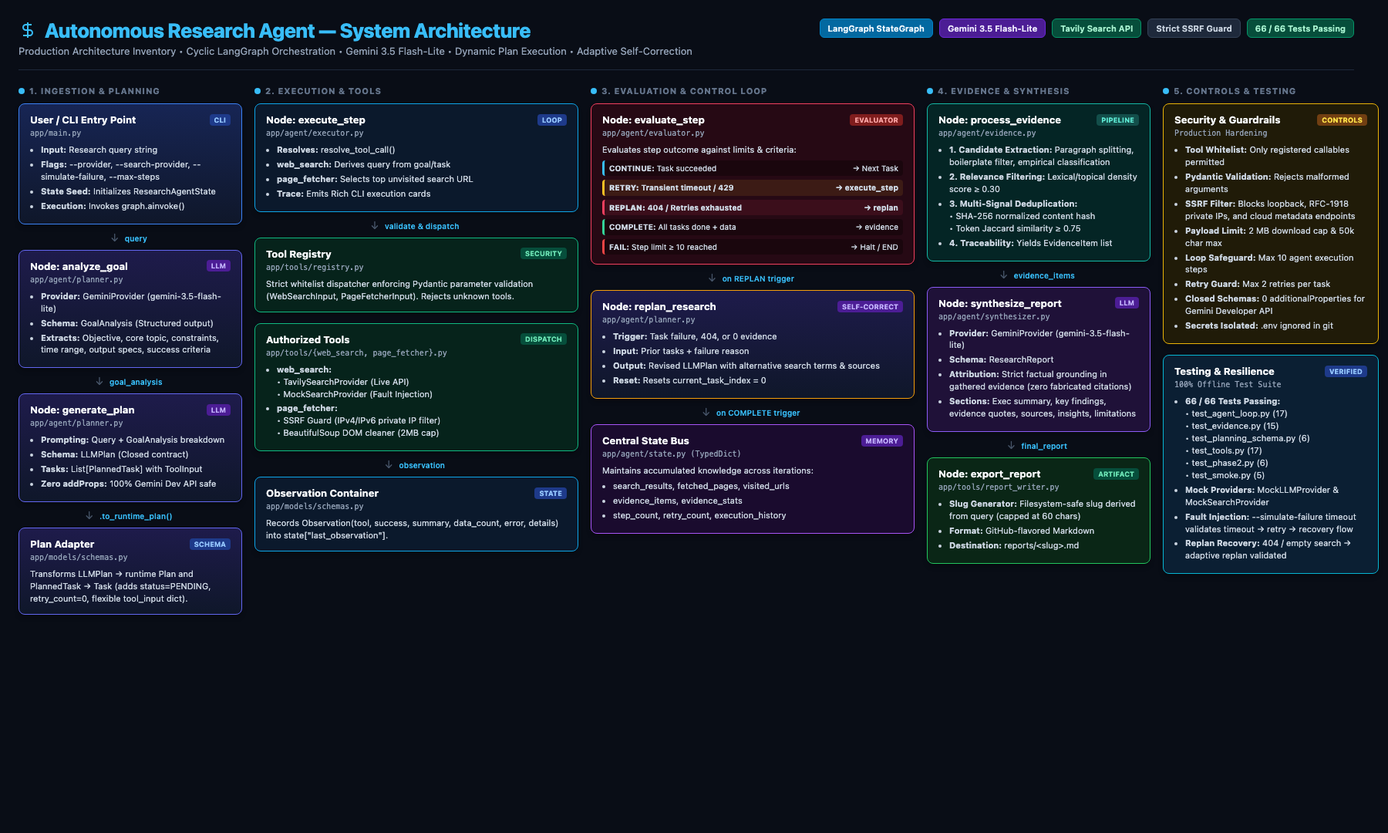
Above: Autonomous_Research_Agent_Architecture.png in harshrew-bit/Autonomous_Research_Agent (Mermaid), before the change. Its source is kept beside it as Autonomous_Research_Agent_Architecture.mmd. Source of this version:
```mermaid

flowchart TB
    classDef inputStyle fill:#1e293b,stroke:#475569,stroke-width:2px,color:#f8fafc;
    classDef llmStyle fill:#0f172a,stroke:#3b82f6,stroke-width:2px,color:#93c5fd;
    classDef loopStyle fill:#1e1b4b,stroke:#6366f1,stroke-width:2px,color:#c7d2fe;
    classDef toolStyle fill:#064e3b,stroke:#10b981,stroke-width:2px,color:#a7f3d0;
    classDef evalStyle fill:#450a0a,stroke:#ef4444,stroke-width:2px,color:#fca5a5;
    classDef pipeStyle fill:#022c22,stroke:#14b8a6,stroke-width:2px,color:#99f6e4;
    classDef stateStyle fill:#312e81,stroke:#8b5cf6,stroke-width:2px,color:#ddd6fe;
    classDef panelStyle fill:#18181b,stroke:#71717a,stroke-width:1.5px,color:#e4e4e7;
    classDef outputStyle fill:#14532d,stroke:#22c55e,stroke-width:2px,color:#86efac;

    subgraph S_USER ["1. USER & CLI ENTRY POINT"]
        CLI["app/main.py\nUser Research Query\nCLI Flags: --provider, --search-provider,\n--simulate-failure, --max-steps"]:::inputStyle
    end

    subgraph S_PLAN ["2. GOAL ANALYSIS & DYNAMIC PLANNING"]
        AG["Node: analyze_goal\n(app/agent/planner.py)\nGemini 3.5 Flash-Lite\nGoalAnalysis Schema"]:::llmStyle
        GP["Node: generate_plan\n(app/agent/planner.py)\nGemini 3.5 Flash-Lite"]:::llmStyle
        LP["Closed Planning Contract\nLLMPlan & PlannedTask\n(0 additionalProperties)"]:::llmStyle
        CVT["Runtime Conversion\n.to_runtime_plan()\nPlan & Task Models"]:::llmStyle
    end

    subgraph S_LOOP ["3. LANGGRAPH ORCHESTRATION & EXECUTION LOOP"]
        EX["Node: execute_step\n(app/agent/executor.py)\nDynamic Argument Resolution"]:::loopStyle
        OBS["Structured Observation\n(Observation Schema)"]:::loopStyle
        EV["Node: evaluate_step\n(app/agent/evaluator.py)\nOutcome Assessment & Decision Matrix"]:::evalStyle
        RP["Node: replan_research\n(app/agent/planner.py)\nAdaptive Keyword & Source Revision"]:::llmStyle
    end

    subgraph S_TOOLS ["4. SAFE TOOL EXECUTION LAYER"]
        TR["ToolRegistry (app/tools/registry.py)\nPydantic Whitelist Validation"]:::toolStyle
        WS["web_search (app/tools/web_search.py)\n- TavilySearchProvider (Live HTTP POST)\n- MockSearchProvider (Deterministic / Fault Sim)"]:::toolStyle
        PF["page_fetcher (app/tools/page_fetcher.py)\n- SSRF Protection Guard\n- BeautifulSoup DOM Parser\n- 2MB / 50k Chars Cap"]:::toolStyle
    end

    STATE[("Central ResearchAgentState (app/agent/state.py)\nTypedDict + Annotated Reducers (operator.add)\nquery, plan, tasks, search_results, fetched_pages,\nevidence_items, observations, step_count, status")]:::stateStyle

    subgraph S_EVIDENCE ["5. EVIDENCE PROCESSING PIPELINE"]
        EP["Node: process_evidence\n(app/agent/evidence.py)"]:::pipeStyle
        CE["Candidate Extraction\nParagraph Splitting, Boilerplate Filter,\nEmpirical Classification"]:::pipeStyle
        RF["Relevance Filtering\nKeyword Density Score >= 0.30"]:::pipeStyle
        DD["Multi-Signal Deduplication\n(app/utils/deduplication.py)\nSHA-256 Hash + Jaccard Sim >= 0.75"]:::pipeStyle
    end

    subgraph S_SYNTH ["6. REPORT SYNTHESIS & EXPORT"]
        SR["Node: synthesize_report\n(app/agent/synthesizer.py)\nGemini 3.5 Flash-Lite\nResearchReport Schema\nStrict Source Attribution"]:::llmStyle
        ER["Node: export_report\n(app/tools/report_writer.py)\nSafe Query Slug Generation\nMarkdown Renderer"]:::outputStyle
        OUT["Final Report Artifact\nreports/<query_slug>.md"]:::outputStyle
    end

    subgraph S_SECURITY ["SECURITY & ROBUSTNESS CONTROLS"]
        SEC1["- Tool Whitelist & Pydantic Validation\n- SSRF Protection (DNS & Private IP Filter)\n- 2 MB Payload & 50k Char Caps\n- 10-Step Execution Loop Guard\n- 2 Max Retries Per Task\n- Closed Gemini Schemas (0 addProps)\n- API Keys Isolated (.env ignored in git)"]:::panelStyle
    end

    subgraph S_TESTING ["OFFLINE TEST & VALIDATION SUITE"]
        TST1["- 66/66 Passing Automated Tests\n- MockLLMProvider (Deterministic Schemas)\n- MockSearchProvider (Fault Injection)\n- Deliberate Timeout -> Retry -> Recovery\n- Non-transient 404 -> Replan Validation"]:::panelStyle
    end

    CLI -->|"initial_state"| AG
    AG -->|"GoalAnalysis"| GP
    GP -->|"LLMPlan"| LP
    LP --> CVT
    CVT -->|"Plan (runtime)"| EX

    EX -->|"tool_name, arguments"| TR
    TR -->|"WebSearchInput"| WS
    TR -->|"PageFetcherInput"| PF
    WS -->|"SearchResponse"| OBS
    PF -->|"FetchedPage"| OBS
    OBS -->|"last_observation"| EV

    AG -.-> STATE
    CVT -.-> STATE
    EX -.-> STATE
    OBS -.-> STATE
    EV -.-> STATE
    EP -.-> STATE
    SR -.-> STATE

    EV -->|"Decision: CONTINUE\n(Task Succeeded -> Next Task)"| EX
    EV ==>|"Decision: RETRY\n(Transient Timeout/429, retry < 2)"| EX
    EV ==>|"Decision: REPLAN\n(Failure/Retries Exhausted)"| RP
    RP -->|"revised_plan"| EX
    EV -->|"Decision: COMPLETE\n(Tasks Done & Evidence Gathered)"| EP
    EV -->|"Decision: FAIL\n(step_count >= 10 with data)"| EP
    EV -->|"Decision: FAIL (no data)"| END_NODE(["END"]):::inputStyle

    EP --> CE --> RF --> DD
    DD -->|"evidence_items"| SR
    DD -.->|"0 evidence & budget remains"| RP
    SR -->|"ResearchReport"| ER
    ER -->|"Write to disk"| OUT
    OUT --> END_NODE
```
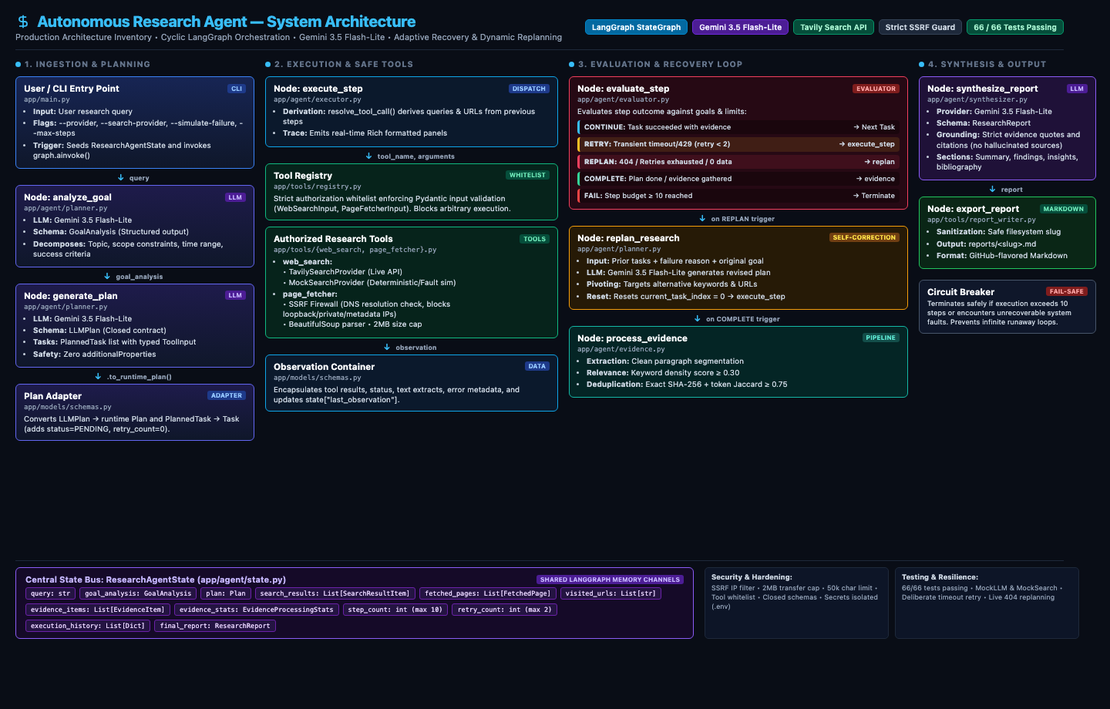
Later version of the same file.

Commit message:
docs: fix architecture diagram layout

The edit, as a diff of the source:
```diff
@@ -1,94 +1,69 @@
 
-flowchart TB
-    classDef inputStyle fill:#1e293b,stroke:#475569,stroke-width:2px,color:#f8fafc;
-    classDef llmStyle fill:#0f172a,stroke:#3b82f6,stroke-width:2px,color:#93c5fd;
-    classDef loopStyle fill:#1e1b4b,stroke:#6366f1,stroke-width:2px,color:#c7d2fe;
-    classDef toolStyle fill:#064e3b,stroke:#10b981,stroke-width:2px,color:#a7f3d0;
-    classDef evalStyle fill:#450a0a,stroke:#ef4444,stroke-width:2px,color:#fca5a5;
-    classDef pipeStyle fill:#022c22,stroke:#14b8a6,stroke-width:2px,color:#99f6e4;
-    classDef stateStyle fill:#312e81,stroke:#8b5cf6,stroke-width:2px,color:#ddd6fe;
-    classDef panelStyle fill:#18181b,stroke:#71717a,stroke-width:1.5px,color:#e4e4e7;
-    classDef outputStyle fill:#14532d,stroke:#22c55e,stroke-width:2px,color:#86efac;
+flowchart LR
+    classDef inputStyle fill:#1e293b,stroke:#3b82f6,stroke-width:2px,color:#f8fafc;
+    classDef llmStyle fill:#1e1b4b,stroke:#8b5cf6,stroke-width:2px,color:#e0e7ff;
+    classDef loopStyle fill:#0f172a,stroke:#38bdf8,stroke-width:2px,color:#e0f2fe;
+    classDef toolStyle fill:#064e3b,stroke:#10b981,stroke-width:2px,color:#d1fae5;
+    classDef evalStyle fill:#4c0519,stroke:#f43f5e,stroke-width:2px,color:#ffe4e6;
+    classDef replanStyle fill:#78350f,stroke:#f59e0b,stroke-width:2px,color:#fef3c7;
+    classDef pipeStyle fill:#042f2e,stroke:#14b8a6,stroke-width:2px,color:#ccfbf1;
+    classDef stateStyle fill:#312e81,stroke:#a855f7,stroke-width:2px,color:#f3e8ff;
+    classDef outStyle fill:#14532d,stroke:#22c55e,stroke-width:2px,color:#dcfce7;
+    classDef haltStyle fill:#7f1d1d,stroke:#ef4444,stroke-width:2px,color:#fee2e2;
 
-    subgraph S_USER ["1. USER & CLI ENTRY POINT"]
-        CLI["app/main.py\nUser Research Query\nCLI Flags: --provider, --search-provider,\n--simulate-failure, --max-steps"]:::inputStyle
+    subgraph S_PLAN ["1. Ingestion & Planning"]
+        CLI["USER / CLI Entry\napp/main.py\nResearch Query & Flags"]:::inputStyle
+        AG["Node: analyze_goal\nGemini 3.5 Flash-Lite\nGoalAnalysis Schema"]:::llmStyle
+        GP["Node: generate_plan\nGemini 3.5 Flash-Lite\nLLMPlan Schema"]:::llmStyle
+        ADP["Plan Adapter\nClosed Schema -> Plan/Task\n0 additionalProperties"]:::llmStyle
     end
 
-    subgraph S_PLAN ["2. GOAL ANALYSIS & DYNAMIC PLANNING"]
-        AG["Node: analyze_goal\n(app/agent/planner.py)\nGemini 3.5 Flash-Lite\nGoalAnalysis Schema"]:::llmStyle
-        GP["Node: generate_plan\n(app/agent/planner.py)\nGemini 3.5 Flash-Lite"]:::llmStyle
-        LP["Closed Planning Contract\nLLMPlan & PlannedTask\n(0 additionalProperties)"]:::llmStyle
-        CVT["Runtime Conversion\n.to_runtime_plan()\nPlan & Task Models"]:::llmStyle
+    subgraph S_EXEC ["2. Execution & Safe Tools Layer"]
+        EX["Node: execute_step\napp/agent/executor.py\nResolve Tool Call"]:::loopStyle
+        TR["Tool Registry\napp/tools/registry.py\nWhitelist & Pydantic Guard"]:::toolStyle
+        WS["web_search Tool\nTavily API (Live)\nMock Provider (Fault Sim)"]:::toolStyle
+        PF["page_fetcher Tool\nSSRF Firewall Guard\nBeautifulSoup (2MB Cap)"]:::toolStyle
+        OBS["Observation Container\nStructured Tool Observation"]:::loopStyle
     end
 
-    subgraph S_LOOP ["3. LANGGRAPH ORCHESTRATION & EXECUTION LOOP"]
-        EX["Node: execute_step\n(app/agent/executor.py)\nDynamic Argument Resolution"]:::loopStyle
-        OBS["Structured Observation\n(Observation Schema)"]:::loopStyle
-        EV["Node: evaluate_step\n(app/agent/evaluator.py)\nOutcome Assessment & Decision Matrix"]:::evalStyle
-        RP["Node: replan_research\n(app/agent/planner.py)\nAdaptive Keyword & Source Revision"]:::llmStyle
+    STATE[("Central State Bus: ResearchAgentState\nsearch_results | fetched_pages | visited_urls\nevidence_items | step_count | retry_count | history")]:::stateStyle
+
+    subgraph S_EVAL ["3. Evaluation & Recovery"]
+        EV{"Node: evaluate_step\napp/agent/evaluator.py\nDecision Engine"}:::evalStyle
+        RP["Node: replan_research\nGemini 3.5 Flash-Lite\nRevised LLM Plan"]:::replanStyle
+        HALT["Terminate Safely\n(Step Limit >= 10)"]:::haltStyle
     end
 
-    subgraph S_TOOLS ["4. SAFE TOOL EXECUTION LAYER"]
-        TR["ToolRegistry (app/tools/registry.py)\nPydantic Whitelist Validation"]:::toolStyle
-        WS["web_search (app/tools/web_search.py)\n- TavilySearchProvider (Live HTTP POST)\n- MockSearchProvider (Deterministic / Fault Sim)"]:::toolStyle
-        PF["page_fetcher (app/tools/page_fetcher.py)\n- SSRF Protection Guard\n- BeautifulSoup DOM Parser\n- 2MB / 50k Chars Cap"]:::toolStyle
+    subgraph S_SYNTH ["4. Evidence & Synthesis"]
+        EP["Node: process_evidence\nRelevance (density >= 0.30)\nSHA-256 + Jaccard >= 0.75"]:::pipeStyle
+        SR["Node: synthesize_report\nGemini 3.5 Flash-Lite\nGrounded Citations"]:::llmStyle
+        OUT["Final Research Report\nreports/<query_slug>.md"]:::outStyle
     end
 
-    STATE[("Central ResearchAgentState (app/agent/state.py)\nTypedDict + Annotated Reducers (operator.add)\nquery, plan, tasks, search_results, fetched_pages,\nevidence_items, observations, step_count, status")]:::stateStyle
+    CLI -->|"query string"| AG
+    AG -->|"GoalAnalysis"| GP
+    GP -->|"LLMPlan"| ADP
+    ADP -->|"Plan / Task"| EX
 
-    subgraph S_EVIDENCE ["5. EVIDENCE PROCESSING PIPELINE"]
-        EP["Node: process_evidence\n(app/agent/evidence.py)"]:::pipeStyle
-        CE["Candidate Extraction\nParagraph Splitting, Boilerplate Filter,\nEmpirical Classification"]:::pipeStyle
-        RF["Relevance Filtering\nKeyword Density Score >= 0.30"]:::pipeStyle
-        DD["Multi-Signal Deduplication\n(app/utils/deduplication.py)\nSHA-256 Hash + Jaccard Sim >= 0.75"]:::pipeStyle
-    end
-
-    subgraph S_SYNTH ["6. REPORT SYNTHESIS & EXPORT"]
-        SR["Node: synthesize_report\n(app/agent/synthesizer.py)\nGemini 3.5 Flash-Lite\nResearchReport Schema\nStrict Source Attribution"]:::llmStyle
-        ER["Node: export_report\n(app/tools/report_writer.py)\nSafe Query Slug Generation\nMarkdown Renderer"]:::outputStyle
-        OUT["Final Report Artifact\nreports/<query_slug>.md"]:::outputStyle
-    end
-
-    subgraph S_SECURITY ["SECURITY & ROBUSTNESS CONTROLS"]
-        SEC1["- Tool Whitelist & Pydantic Validation\n- SSRF Protection (DNS & Private IP Filter)\n- 2 MB Payload & 50k Char Caps\n- 10-Step Execution Loop Guard\n- 2 Max Retries Per Task\n- Closed Gemini Schemas (0 addProps)\n- API Keys Isolated (.env ignored in git)"]:::panelStyle
-    end
-
-    subgraph S_TESTING ["OFFLINE TEST & VALIDATION SUITE"]
-        TST1["- 66/66 Passing Automated Tests\n- MockLLMProvider (Deterministic Schemas)\n- MockSearchProvider (Fault Injection)\n- Deliberate Timeout -> Retry -> Recovery\n- Non-transient 404 -> Replan Validation"]:::panelStyle
-    end
-
-    CLI -->|"initial_state"| AG
-    AG -->|"GoalAnalysis"| GP
-    GP -->|"LLMPlan"| LP
-    LP --> CVT
-    CVT -->|"Plan (runtime)"| EX
-
-    EX -->|"tool_name, arguments"| TR
-    TR -->|"WebSearchInput"| WS
-    TR -->|"PageFetcherInput"| PF
+    EX -->|"dispatch"| TR
+    TR -->|"validate"| WS
+    TR -->|"validate"| PF
     WS -->|"SearchResponse"| OBS
     PF -->|"FetchedPage"| OBS
     OBS -->|"last_observation"| EV
 
-    AG -.-> STATE
-    CVT -.-> STATE
-    EX -.-> STATE
+    EX <-.-> STATE
     OBS -.-> STATE
-    EV -.-> STATE
-    EP -.-> STATE
-    SR -.-> STATE
+    EV <-.-> STATE
+    RP -.-> STATE
+    EP <-.-> STATE
 
-    EV -->|"Decision: CONTINUE\n(Task Succeeded -> Next Task)"| EX
-    EV ==>|"Decision: RETRY\n(Transient Timeout/429, retry < 2)"| EX
-    EV ==>|"Decision: REPLAN\n(Failure/Retries Exhausted)"| RP
-    RP -->|"revised_plan"| EX
-    EV -->|"Decision: COMPLETE\n(Tasks Done & Evidence Gathered)"| EP
-    EV -->|"Decision: FAIL\n(step_count >= 10 with data)"| EP
-    EV -->|"Decision: FAIL (no data)"| END_NODE(["END"]):::inputStyle
+    EV -->|"CONTINUE: task succeeded"| EX
+    EV ==>|"RETRY: timeout/429 (retry < 2)"| EX
+    EV ==>|"REPLAN: 404/empty/exhausted"| RP
+    RP -->|"revised plan -> execute"| EX
+    EV -->|"FAIL: step limit >= 10"| HALT
+    EV -->|"COMPLETE: all tasks done"| EP
 
-    EP --> CE --> RF --> DD
-    DD -->|"evidence_items"| SR
-    DD -.->|"0 evidence & budget remains"| RP
-    SR -->|"ResearchReport"| ER
-    ER -->|"Write to disk"| OUT
-    OUT --> END_NODE
+    EP -->|"verified evidence"| SR
+    SR -->|"ResearchReport"| OUT
```
